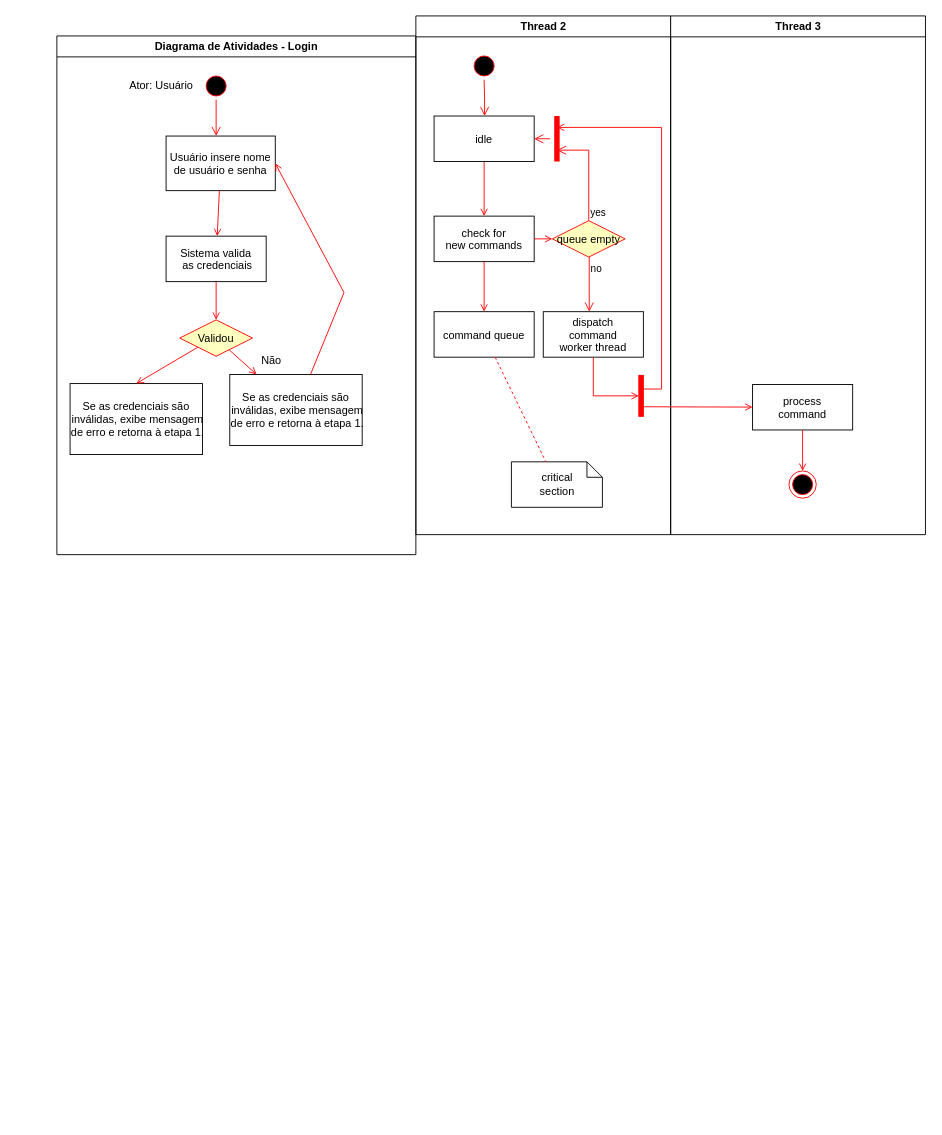
Before: DiagramaDeAtividade.drawio in ArcanjoDaGuarda/AnjoProjetos, a draw.io diagram. Source tidied: cells renumbered, new cells numbered last; positions are measured from the earlier drawing's top-left corner, leaving out a move shared by most shapes. Both pictures are drawn from the tidied source at 91%, with x=0, y=0 at pixel (56, 15).
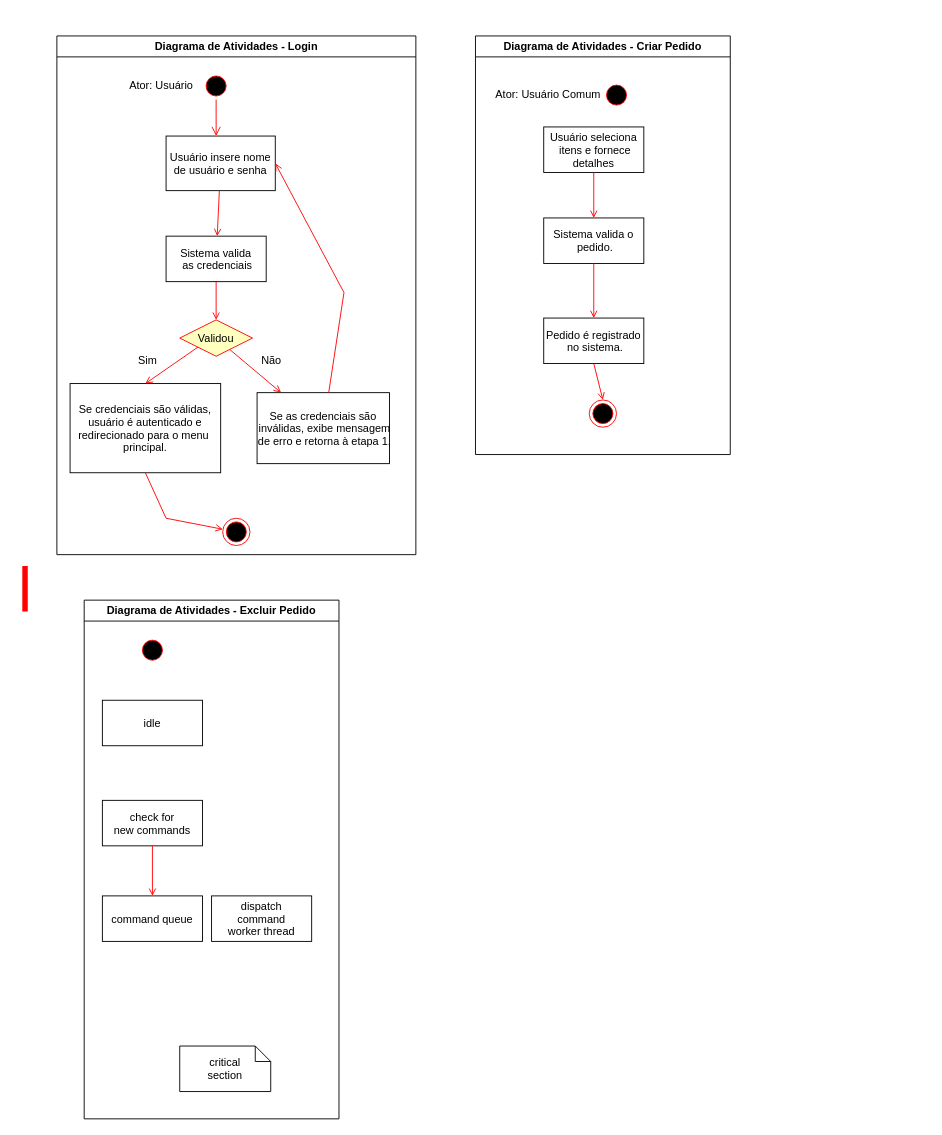
After the change.

The change refers to these unchanged cells:
```xml
<mxCell id="2" value="Diagrama de Atividades - Login" style="swimlane;whiteSpace=wrap;" parent="1" vertex="1">
  <mxGeometry y="22" width="394.5" height="570" as="geometry" />
</mxCell>
<mxCell id="18" style="ellipse;shape=startState;fillColor=#000000;strokeColor=#ff0000;" parent="17" vertex="1">
  <mxGeometry x="60" y="40" width="30" height="30" as="geometry" />
</mxCell>
<mxCell id="20" value="idle" parent="17" vertex="1">
  <mxGeometry x="20" y="110" width="110" height="50" as="geometry" />
</mxCell>
<mxCell id="21" value="check for &#10;new commands" parent="17" vertex="1">
  <mxGeometry x="20" y="220" width="110" height="50" as="geometry" />
</mxCell>
<mxCell id="23" value="command queue" parent="17" vertex="1">
  <mxGeometry x="20" y="325" width="110" height="50" as="geometry" />
</mxCell>
<mxCell id="31" value="dispatch&#10;command&#10;worker thread" parent="17" vertex="1">
  <mxGeometry x="140" y="325" width="110" height="50" as="geometry" />
</mxCell>
<mxCell id="32" value="critical&#10;section" style="shape=note;whiteSpace=wrap;size=17;" parent="17" vertex="1">
  <mxGeometry x="105" y="490" width="100" height="50" as="geometry" />
</mxCell>
```

Change to the diagram source:
```diff
@@
     <mxCell id="8" value="Se as credenciais são&#10; inválidas, exibe mensagem&#10; de erro e retorna à etapa 1." parent="2" vertex="1">
-      <mxGeometry x="190" y="372" width="145.5" height="78" as="geometry" />
+      <mxGeometry x="220" y="392" width="145.5" height="78" as="geometry" />
     </mxCell>
@@
-    <mxCell id="15" value="Se as credenciais são&#10; inválidas, exibe mensagem&#10; de erro e retorna à etapa 1." parent="2" vertex="1">
-      <mxGeometry x="14.5" y="382" width="145.5" height="78" as="geometry" />
+    <mxCell id="15" value="Se credenciais são válidas, &#10;usuário é autenticado e &#10;redirecionado para o menu &#10;principal." parent="2" vertex="1">
+      <mxGeometry x="14.5" y="382" width="165.5" height="98" as="geometry" />
     </mxCell>
@@
+    <mxCell id="42" value="Sim" style="text;html=1;strokeColor=none;fillColor=none;align=center;verticalAlign=middle;whiteSpace=wrap;rounded=0;" parent="2" vertex="1">
+      <mxGeometry x="70" y="342" width="60" height="30" as="geometry" />
+    </mxCell>
+    <mxCell id="43" style="ellipse;shape=endState;fillColor=#000000;strokeColor=#ff0000;" parent="2" vertex="1">
+      <mxGeometry x="182.2" y="530" width="30" height="30" as="geometry" />
+    </mxCell>
+    <mxCell id="44" style="endArrow=open;strokeColor=#FF0000;endFill=1;rounded=0;exitX=0.5;exitY=1;exitDx=0;exitDy=0;" parent="2" edge="1" source="15" target="43">
+      <mxGeometry relative="1" as="geometry">
+        <Array as="points">
+          <mxPoint x="120" y="530" />
+        </Array>
+      </mxGeometry>
+    </mxCell>
-    <mxCell id="17" value="Thread 2" style="swimlane;whiteSpace=wrap;" parent="1" vertex="1">
-      <mxGeometry x="394.5" width="280" height="570" as="geometry" />
+    <mxCell id="17" value="Diagrama de Atividades - Excluir Pedido" style="swimlane;whiteSpace=wrap;" parent="1" vertex="1">
+      <mxGeometry x="30" y="642" width="280" height="570" as="geometry" />
     </mxCell>
@@
-    <mxCell id="19" style="edgeStyle=elbowEdgeStyle;elbow=horizontal;verticalAlign=bottom;endArrow=open;endSize=8;strokeColor=#FF0000;endFill=1;rounded=0;" parent="17" edge="1" source="18" target="20">
-      <mxGeometry x="40" y="20" as="geometry" />
-    </mxCell>
@@
-    <mxCell id="22" style="endArrow=open;strokeColor=#FF0000;endFill=1;rounded=0;" parent="17" edge="1" source="20" target="21">
-      <mxGeometry relative="1" as="geometry" />
-    </mxCell>
@@
-    <mxCell id="25" value="queue empty" style="rhombus;fillColor=#ffffc0;strokeColor=#ff0000;" parent="17" vertex="1">
-      <mxGeometry x="150" y="225" width="80" height="40" as="geometry" />
-    </mxCell>
-    <mxCell id="26" value="yes" style="edgeStyle=elbowEdgeStyle;elbow=horizontal;align=left;verticalAlign=bottom;endArrow=open;endSize=8;strokeColor=#FF0000;exitX=0.5;exitY=0;endFill=1;rounded=0;entryX=0.75;entryY=0.5;entryPerimeter=0;" parent="17" edge="1" source="25" target="29">
-      <mxGeometry x="-1" relative="1" as="geometry">
-        <Array as="points">
-          <mxPoint x="190" y="180" />
-        </Array>
-      </mxGeometry>
-    </mxCell>
-    <mxCell id="27" value="no" style="edgeStyle=elbowEdgeStyle;elbow=horizontal;align=left;verticalAlign=top;endArrow=open;endSize=8;strokeColor=#FF0000;endFill=1;rounded=0;" parent="17" edge="1" source="25" target="31">
-      <mxGeometry x="-1" relative="1" as="geometry" />
-    </mxCell>
-    <mxCell id="28" style="endArrow=open;strokeColor=#FF0000;endFill=1;rounded=0;" parent="17" edge="1" source="21" target="25">
-      <mxGeometry relative="1" as="geometry" />
-    </mxCell>
-    <mxCell id="29" style="shape=line;strokeWidth=6;strokeColor=#ff0000;rotation=90;" parent="17" vertex="1">
-      <mxGeometry x="130" y="127.5" width="50" height="15" as="geometry" />
-    </mxCell>
-    <mxCell id="30" style="edgeStyle=elbowEdgeStyle;elbow=horizontal;verticalAlign=bottom;endArrow=open;endSize=8;strokeColor=#FF0000;endFill=1;rounded=0;" parent="17" edge="1" source="29" target="20">
-      <mxGeometry x="130" y="90" as="geometry" />
-    </mxCell>
@@
-    <mxCell id="33" style="endArrow=none;strokeColor=#FF0000;endFill=0;rounded=0;dashed=1;" parent="17" edge="1" source="23" target="32">
-      <mxGeometry relative="1" as="geometry" />
-    </mxCell>
-    <mxCell id="34" style="whiteSpace=wrap;strokeColor=#FF0000;fillColor=#FF0000;" parent="17" vertex="1">
-      <mxGeometry x="245" y="395" width="5" height="45" as="geometry" />
-    </mxCell>
-    <mxCell id="35" style="edgeStyle=elbowEdgeStyle;elbow=horizontal;entryX=0;entryY=0.5;strokeColor=#FF0000;endArrow=open;endFill=1;rounded=0;" parent="17" edge="1" source="31" target="34">
-      <mxGeometry relative="1" as="geometry">
-        <Array as="points">
-          <mxPoint x="195" y="400" />
-        </Array>
-      </mxGeometry>
-    </mxCell>
-    <mxCell id="36" value="Thread 3" style="swimlane;whiteSpace=wrap;" parent="1" vertex="1">
-      <mxGeometry x="674.5" width="280" height="570" as="geometry" />
+    <mxCell id="36" value="Diagrama de Atividades - Criar Pedido" style="swimlane;whiteSpace=wrap;" parent="1" vertex="1">
+      <mxGeometry x="460" y="22" width="280" height="460" as="geometry" />
     </mxCell>
-    <mxCell id="37" value="process&#10;command" parent="36" vertex="1">
-      <mxGeometry x="90" y="405" width="110" height="50" as="geometry" />
+    <mxCell id="37" value="Usuário seleciona&#10; itens e fornece&#10;detalhes" parent="36" vertex="1">
+      <mxGeometry x="75" y="100" width="110" height="50" as="geometry" />
     </mxCell>
-    <mxCell id="38" style="edgeStyle=elbowEdgeStyle;elbow=horizontal;strokeColor=#FF0000;endArrow=open;endFill=1;rounded=0;entryX=0.25;entryY=0.5;entryPerimeter=0;" parent="36" edge="1" target="29">
-      <mxGeometry relative="1" as="geometry">
-        <mxPoint x="-30" y="410" as="sourcePoint" />
-        <Array as="points">
-          <mxPoint x="-10" y="135" />
-        </Array>
-      </mxGeometry>
-    </mxCell>
-    <mxCell id="39" style="edgeStyle=none;strokeColor=#FF0000;endArrow=open;endFill=1;rounded=0;" parent="36" edge="1" target="37">
-      <mxGeometry relative="1" as="geometry">
-        <mxPoint x="-30" y="429.5" as="sourcePoint" />
-      </mxGeometry>
-    </mxCell>
     <mxCell id="40" style="ellipse;shape=endState;fillColor=#000000;strokeColor=#ff0000;" parent="36" vertex="1">
-      <mxGeometry x="130" y="500" width="30" height="30" as="geometry" />
+      <mxGeometry x="125" y="400" width="30" height="30" as="geometry" />
     </mxCell>
-    <mxCell id="41" style="endArrow=open;strokeColor=#FF0000;endFill=1;rounded=0;" parent="36" edge="1" source="37" target="40">
+    <mxCell id="41" style="endArrow=open;strokeColor=#FF0000;endFill=1;rounded=0;entryX=0.5;entryY=0;entryDx=0;entryDy=0;" parent="36" edge="1" source="37" target="47">
       <mxGeometry relative="1" as="geometry" />
     </mxCell>
+    <mxCell id="45" value="Ator: Usuário Comum" style="text;html=1;strokeColor=none;fillColor=none;align=center;verticalAlign=middle;whiteSpace=wrap;rounded=0;" parent="36" vertex="1">
+      <mxGeometry x="20" y="50" width="120" height="30" as="geometry" />
+    </mxCell>
+    <mxCell id="46" style="ellipse;shape=startState;fillColor=#000000;strokeColor=#ff0000;" parent="36" vertex="1">
+      <mxGeometry x="140" y="50" width="30" height="30" as="geometry" />
+    </mxCell>
+    <mxCell id="47" value="Sistema valida o&#10; pedido." parent="36" vertex="1">
+      <mxGeometry x="75" y="200" width="110" height="50" as="geometry" />
+    </mxCell>
+    <mxCell id="48" value="Pedido é registrado&#10; no sistema." parent="36" vertex="1">
+      <mxGeometry x="75" y="310" width="110" height="50" as="geometry" />
+    </mxCell>
+    <mxCell id="49" style="endArrow=open;strokeColor=#FF0000;endFill=1;rounded=0;entryX=0.5;entryY=0;entryDx=0;entryDy=0;exitX=0.5;exitY=1;exitDx=0;exitDy=0;" parent="36" edge="1" source="47" target="48">
+      <mxGeometry relative="1" as="geometry" />
+    </mxCell>
+    <mxCell id="50" style="endArrow=open;strokeColor=#FF0000;endFill=1;rounded=0;entryX=0.5;entryY=0;entryDx=0;entryDy=0;exitX=0.5;exitY=1;exitDx=0;exitDy=0;" parent="36" edge="1" source="48" target="40">
+      <mxGeometry relative="1" as="geometry" />
+    </mxCell>
+    <mxCell id="29" style="shape=line;strokeWidth=6;strokeColor=#ff0000;rotation=90;" parent="1" vertex="1">
+      <mxGeometry x="-60" y="622" width="50" height="15" as="geometry" />
+    </mxCell>
```
